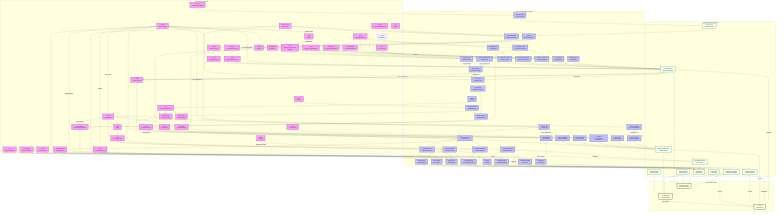
sayuj1989-ops/life keeps this Mermaid diagram as docs/figures/scoliosis_mechanism_map.png. Above is the earlier version. Its source is kept beside it as docs/figures/scoliosis_mechanism_map.mmd.
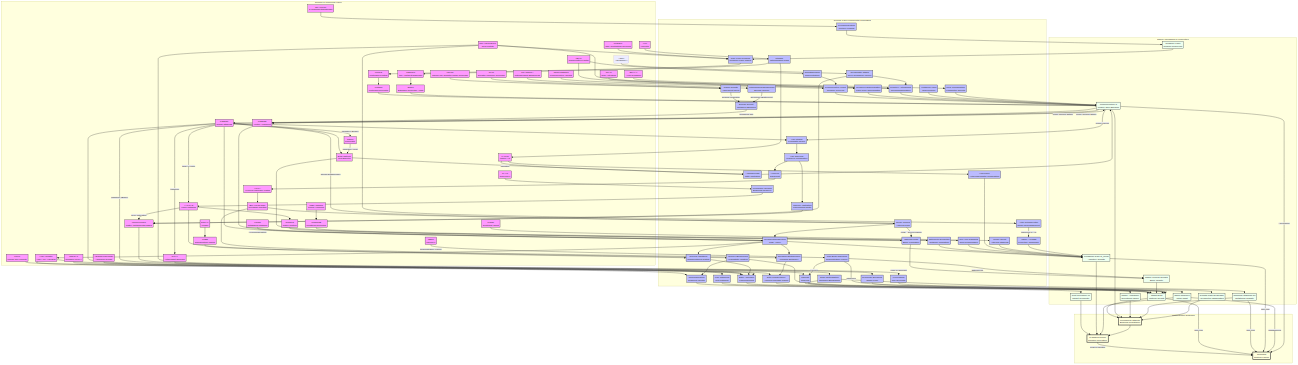
Above is the later version.

Commit message:
feat: add EPHA4 CPG coordination arc to scoliosis map

Change to the diagram source:
```diff
@@ -38,6 +38,7 @@
         KCNQ[KCNQ<br/>Potassium Channel]
         GPX4[GPX4<br/>Antioxidant Defense]
         CAV1[CAV1<br/>Caveolin-1]
+        EPHA4[EPHA4<br/>Axon Guidance]
     end
 
     subgraph Processes [Cellular & Developmental Processes]
@@ -80,6 +81,7 @@
         VEGF_A[VEGF-A/PGE2<br/>Secretory Response]
         Ferroptosis[Ferroptosis<br/>Iron Overload]
         Membrane_Tension[Membrane Tension<br/>Buffering Reserve]
+        CPG_Coordination[CPG Coordination<br/>Locomotor Circuits]
     end
 
     subgraph Tissue [Tissue Mechanics & Properties]
@@ -279,7 +281,10 @@
     CAV1 --> Membrane_Tension
     Membrane_Tension --> YAP
 
-    class HOX,COL,PIEZO1,PIEZO2,CILIA,LBX1,ADGRG6,PTK7,YAP,PKD2L1,MMP,URP,UTS2R,GFAP,VIM,LAMIN,BMAL1,RUNX3,METTL3,ESR1,MELATONIN,MT2,HIF1A,POC5,DSTYK,TFEB,Beta_Catenin,DPY19L1L,IGF1R,GHR,SOST,FBN1,CCN,PPARGC1A,KCNQ,GPX4,CAV1 gene;
-    class Region,ECM_Assembly,Mech_Trans,Sym_Break,Neur_Diff,Muscle_Diff,Disc_Maint,PCP_Sig,Nucl_Shuttle,CSF_Sensing,Degradation,Astrogliosis,mtROS,Adipogenesis,Hydraulic_Congestion,Immune_Infilt,Circadian_Entrain,Proprio_Maint,H3K9me3,VCL_Stasis,Glymphatic_Stasis,Vestibular_Input,Gi_cAMP,Ciliary_Tuning,Hypoxia,Osteogenesis,Ciliary_Splint,Vacuole_Biogenesis,C_Mannosylation,Rapid_Growth,Energy_Deficit,mtBiogenesis,Fibrosis,TGFB,Osteocyte_Dendrite,Actin_Dynamics,VEGF_A,Ferroptosis,Membrane_Tension process;
+    EPHA4 --> CPG_Coordination
+    CPG_Coordination --> Muscle_Tone
+
+    class HOX,COL,PIEZO1,PIEZO2,CILIA,LBX1,ADGRG6,PTK7,YAP,PKD2L1,MMP,URP,UTS2R,GFAP,VIM,LAMIN,BMAL1,RUNX3,METTL3,ESR1,MELATONIN,MT2,HIF1A,POC5,DSTYK,TFEB,Beta_Catenin,DPY19L1L,IGF1R,GHR,SOST,FBN1,CCN,PPARGC1A,KCNQ,GPX4,CAV1,EPHA4 gene;
+    class Region,ECM_Assembly,Mech_Trans,Sym_Break,Neur_Diff,Muscle_Diff,Disc_Maint,PCP_Sig,Nucl_Shuttle,CSF_Sensing,Degradation,Astrogliosis,mtROS,Adipogenesis,Hydraulic_Congestion,Immune_Infilt,Circadian_Entrain,Proprio_Maint,H3K9me3,VCL_Stasis,Glymphatic_Stasis,Vestibular_Input,Gi_cAMP,Ciliary_Tuning,Hypoxia,Osteogenesis,Ciliary_Splint,Vacuole_Biogenesis,C_Mannosylation,Rapid_Growth,Energy_Deficit,mtBiogenesis,Fibrosis,TGFB,Osteocyte_Dendrite,Actin_Dynamics,VEGF_A,Ferroptosis,Membrane_Tension,CPG_Coordination process;
     class Rest_Kappa,Stiffness,Torsional_Stiffness,Gain,Torsion,Muscle_Tone,Anisotropy,TMD,Reissner_Fiber,Growth_Plate_Dysplasia tissue;
     class S_Curve,Stability,Scoliosis outcome;
```
